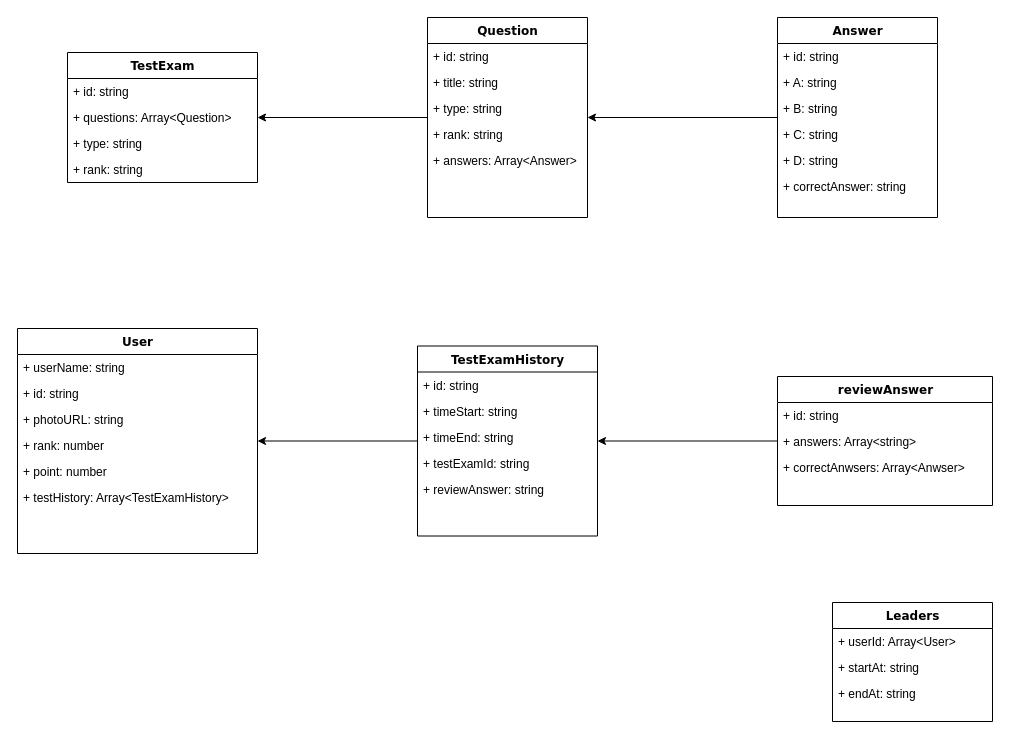
nguyenbinhanltv/EnQ-server keeps this draw.io diagram as Prototype/Untitled Diagram.drawio. Above is the earlier version. Source tidied: cells renumbered, new cells numbered last; positions are measured from the earlier drawing's top-left corner, leaving out a move shared by most shapes. Both pictures are drawn from the tidied source at 100%, with x=0, y=0 at pixel (17, 17).
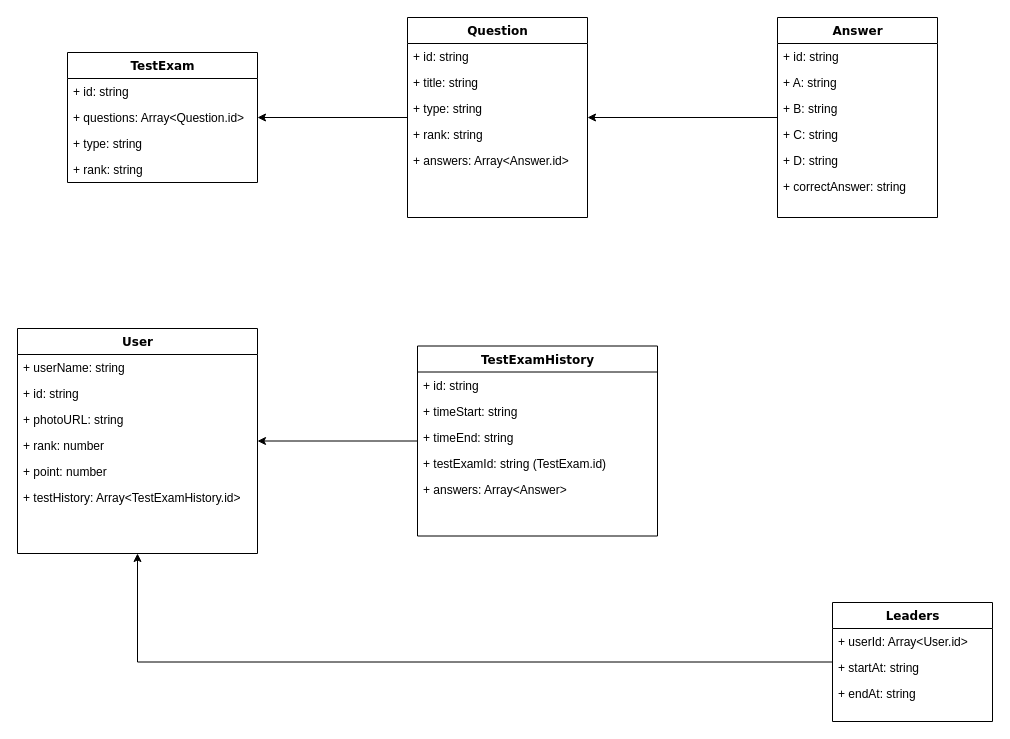
After the change.

Unchanged cells that the change refers to:
```xml
<mxCell id="4" value="TestExam" style="swimlane;html=1;fontStyle=1;align=center;verticalAlign=top;horizontal=1;startSize=26;swimlaneFillColor=#ffffff;rounded=0;shadow=0;comic=0;labelBackgroundColor=none;strokeWidth=1;fillColor=none;fontFamily=Verdana;fontSize=12;" parent="1" vertex="1">
  <mxGeometry x="50" y="35" width="190" height="130" as="geometry" />
</mxCell>
<mxCell id="22" value="User" style="swimlane;html=1;fontStyle=1;align=center;verticalAlign=top;horizontal=1;startSize=26;swimlaneFillColor=#ffffff;rounded=0;shadow=0;comic=0;labelBackgroundColor=none;strokeWidth=1;fillColor=none;fontFamily=Verdana;fontSize=12;" parent="1" vertex="1">
  <mxGeometry y="311" width="240" height="225" as="geometry" />
</mxCell>
<mxCell id="41" value="Leaders" style="swimlane;html=1;fontStyle=1;align=center;verticalAlign=top;horizontal=1;startSize=26;swimlaneFillColor=#ffffff;rounded=0;shadow=0;comic=0;labelBackgroundColor=none;strokeWidth=1;fillColor=none;fontFamily=Verdana;fontSize=12;" parent="1" vertex="1">
  <mxGeometry x="815" y="585" width="160" height="119" as="geometry" />
</mxCell>
```

Change to the diagram source:
```diff
@@
-    <mxCell id="6" value="+ questions: Array&amp;lt;Question&amp;gt;" style="text;html=1;strokeColor=none;fillColor=none;align=left;verticalAlign=top;spacingLeft=4;spacingRight=4;whiteSpace=wrap;overflow=hidden;" parent="4" vertex="1">
+    <mxCell id="6" value="+ questions: Array&amp;lt;Question.id&amp;gt;" style="text;html=1;strokeColor=none;fillColor=none;align=left;verticalAlign=top;spacingLeft=4;spacingRight=4;whiteSpace=wrap;overflow=hidden;" parent="4" vertex="1">
       <mxGeometry y="52" width="190" height="26" as="geometry" />
     </mxCell>
@@
     <mxCell id="9" value="Question" style="swimlane;html=1;fontStyle=1;align=center;verticalAlign=top;horizontal=1;startSize=26;swimlaneFillColor=#ffffff;rounded=0;shadow=0;comic=0;labelBackgroundColor=none;strokeWidth=1;fillColor=none;fontFamily=Verdana;fontSize=12;" parent="1" vertex="1">
-      <mxGeometry x="410" width="160" height="200" as="geometry" />
+      <mxGeometry x="390" width="180" height="200" as="geometry" />
     </mxCell>
     <mxCell id="10" value="+ id: string" style="text;html=1;strokeColor=none;fillColor=none;align=left;verticalAlign=top;spacingLeft=4;spacingRight=4;whiteSpace=wrap;overflow=hidden;" parent="9" vertex="1">
-      <mxGeometry y="26" width="160" height="26" as="geometry" />
+      <mxGeometry y="26" width="180" height="26" as="geometry" />
     </mxCell>
     <mxCell id="11" value="+ title: string" style="text;html=1;strokeColor=none;fillColor=none;align=left;verticalAlign=top;spacingLeft=4;spacingRight=4;whiteSpace=wrap;overflow=hidden;" parent="9" vertex="1">
-      <mxGeometry y="52" width="160" height="26" as="geometry" />
+      <mxGeometry y="52" width="180" height="26" as="geometry" />
     </mxCell>
     <mxCell id="12" value="+ type: string" style="text;html=1;strokeColor=none;fillColor=none;align=left;verticalAlign=top;spacingLeft=4;spacingRight=4;whiteSpace=wrap;overflow=hidden;" parent="9" vertex="1">
-      <mxGeometry y="78" width="160" height="26" as="geometry" />
+      <mxGeometry y="78" width="180" height="26" as="geometry" />
     </mxCell>
     <mxCell id="13" value="+ rank: string" style="text;html=1;strokeColor=none;fillColor=none;align=left;verticalAlign=top;spacingLeft=4;spacingRight=4;whiteSpace=wrap;overflow=hidden;" parent="9" vertex="1">
-      <mxGeometry y="104" width="160" height="26" as="geometry" />
+      <mxGeometry y="104" width="180" height="26" as="geometry" />
     </mxCell>
-    <mxCell id="14" value="+ answers: Array&amp;lt;Answer&amp;gt;" style="text;html=1;strokeColor=none;fillColor=none;align=left;verticalAlign=top;spacingLeft=4;spacingRight=4;whiteSpace=wrap;overflow=hidden;" parent="9" vertex="1">
-      <mxGeometry y="130" width="160" height="26" as="geometry" />
+    <mxCell id="14" value="+ answers: Array&amp;lt;Answer.id&amp;gt;" style="text;html=1;strokeColor=none;fillColor=none;align=left;verticalAlign=top;spacingLeft=4;spacingRight=4;whiteSpace=wrap;overflow=hidden;" parent="9" vertex="1">
+      <mxGeometry y="130" width="180" height="26" as="geometry" />
     </mxCell>
@@
-    <mxCell id="28" value="+ testHistory: Array&amp;lt;TestExamHistory&amp;gt;" style="text;html=1;strokeColor=none;fillColor=none;align=left;verticalAlign=top;spacingLeft=4;spacingRight=4;whiteSpace=wrap;overflow=hidden;" parent="22" vertex="1">
+    <mxCell id="28" value="+ testHistory: Array&amp;lt;TestExamHistory.id&amp;gt;" style="text;html=1;strokeColor=none;fillColor=none;align=left;verticalAlign=top;spacingLeft=4;spacingRight=4;whiteSpace=wrap;overflow=hidden;" parent="22" vertex="1">
       <mxGeometry y="156" width="240" height="26" as="geometry" />
     </mxCell>
@@
     <mxCell id="30" value="TestExamHistory" style="swimlane;html=1;fontStyle=1;align=center;verticalAlign=top;horizontal=1;startSize=26;swimlaneFillColor=#ffffff;rounded=0;shadow=0;comic=0;labelBackgroundColor=none;strokeWidth=1;fillColor=none;fontFamily=Verdana;fontSize=12;" parent="1" vertex="1">
-      <mxGeometry x="400" y="328.5" width="180" height="190" as="geometry" />
+      <mxGeometry x="400" y="328.5" width="240" height="190" as="geometry" />
     </mxCell>
     <mxCell id="31" value="+ id: string&lt;br&gt;" style="text;html=1;strokeColor=none;fillColor=none;align=left;verticalAlign=top;spacingLeft=4;spacingRight=4;whiteSpace=wrap;overflow=hidden;" parent="30" vertex="1">
-      <mxGeometry y="26" width="180" height="26" as="geometry" />
+      <mxGeometry y="26" width="240" height="26" as="geometry" />
     </mxCell>
     <mxCell id="32" value="+ timeStart: string" style="text;html=1;strokeColor=none;fillColor=none;align=left;verticalAlign=top;spacingLeft=4;spacingRight=4;whiteSpace=wrap;overflow=hidden;" parent="30" vertex="1">
-      <mxGeometry y="52" width="180" height="26" as="geometry" />
+      <mxGeometry y="52" width="240" height="26" as="geometry" />
     </mxCell>
     <mxCell id="33" value="+ timeEnd: string" style="text;html=1;strokeColor=none;fillColor=none;align=left;verticalAlign=top;spacingLeft=4;spacingRight=4;whiteSpace=wrap;overflow=hidden;" parent="30" vertex="1">
-      <mxGeometry y="78" width="180" height="26" as="geometry" />
+      <mxGeometry y="78" width="240" height="26" as="geometry" />
     </mxCell>
-    <mxCell id="34" value="+ testExamId: string" style="text;html=1;strokeColor=none;fillColor=none;align=left;verticalAlign=top;spacingLeft=4;spacingRight=4;whiteSpace=wrap;overflow=hidden;" parent="30" vertex="1">
-      <mxGeometry y="104" width="180" height="26" as="geometry" />
+    <mxCell id="34" value="+ testExamId: string (TestExam.id)" style="text;html=1;strokeColor=none;fillColor=none;align=left;verticalAlign=top;spacingLeft=4;spacingRight=4;whiteSpace=wrap;overflow=hidden;" parent="30" vertex="1">
+      <mxGeometry y="104" width="240" height="26" as="geometry" />
     </mxCell>
-    <mxCell id="35" value="+ reviewAnswer: string" style="text;html=1;strokeColor=none;fillColor=none;align=left;verticalAlign=top;spacingLeft=4;spacingRight=4;whiteSpace=wrap;overflow=hidden;" parent="30" vertex="1">
-      <mxGeometry y="130" width="180" height="26" as="geometry" />
+    <mxCell id="35" value="+ answers: Array&amp;lt;Answer&amp;gt;" style="text;html=1;strokeColor=none;fillColor=none;align=left;verticalAlign=top;spacingLeft=4;spacingRight=4;whiteSpace=wrap;overflow=hidden;" parent="30" vertex="1">
+      <mxGeometry y="130" width="240" height="26" as="geometry" />
     </mxCell>
-    <mxCell id="36" style="edgeStyle=orthogonalEdgeStyle;rounded=0;jettySize=auto;html=1;" parent="1" edge="1" source="37" target="30">
-      <mxGeometry relative="1" as="geometry" />
-    </mxCell>
-    <mxCell id="37" value="reviewAnswer" style="swimlane;html=1;fontStyle=1;align=center;verticalAlign=top;horizontal=1;startSize=26;swimlaneFillColor=#ffffff;rounded=0;shadow=0;comic=0;labelBackgroundColor=none;strokeWidth=1;fillColor=none;fontFamily=Verdana;fontSize=12;" parent="1" vertex="1">
-      <mxGeometry x="760" y="359" width="215" height="129" as="geometry" />
-    </mxCell>
-    <mxCell id="38" value="+ id: string" style="text;html=1;strokeColor=none;fillColor=none;align=left;verticalAlign=top;spacingLeft=4;spacingRight=4;whiteSpace=wrap;overflow=hidden;" parent="37" vertex="1">
-      <mxGeometry y="26" width="215" height="26" as="geometry" />
-    </mxCell>
-    <mxCell id="39" value="+ answers: Array&amp;lt;string&amp;gt;" style="text;html=1;strokeColor=none;fillColor=none;align=left;verticalAlign=top;spacingLeft=4;spacingRight=4;whiteSpace=wrap;overflow=hidden;" parent="37" vertex="1">
-      <mxGeometry y="52" width="215" height="26" as="geometry" />
-    </mxCell>
-    <mxCell id="40" value="+ correctAnwsers: Array&amp;lt;Anwser&amp;gt;" style="text;html=1;strokeColor=none;fillColor=none;align=left;verticalAlign=top;spacingLeft=4;spacingRight=4;whiteSpace=wrap;overflow=hidden;" parent="37" vertex="1">
-      <mxGeometry y="78" width="215" height="26" as="geometry" />
-    </mxCell>
+    <mxCell id="45" style="edgeStyle=orthogonalEdgeStyle;rounded=0;jettySize=auto;html=1;" parent="1" edge="1" source="41" target="22">
+      <mxGeometry relative="1" as="geometry" />
+    </mxCell>
@@
-    <mxCell id="42" value="+ userId: Array&amp;lt;User&amp;gt;" style="text;html=1;strokeColor=none;fillColor=none;align=left;verticalAlign=top;spacingLeft=4;spacingRight=4;whiteSpace=wrap;overflow=hidden;" parent="41" vertex="1">
+    <mxCell id="42" value="+ userId: Array&amp;lt;User.id&amp;gt;" style="text;html=1;strokeColor=none;fillColor=none;align=left;verticalAlign=top;spacingLeft=4;spacingRight=4;whiteSpace=wrap;overflow=hidden;" parent="41" vertex="1">
       <mxGeometry y="26" width="160" height="26" as="geometry" />
     </mxCell>
```
